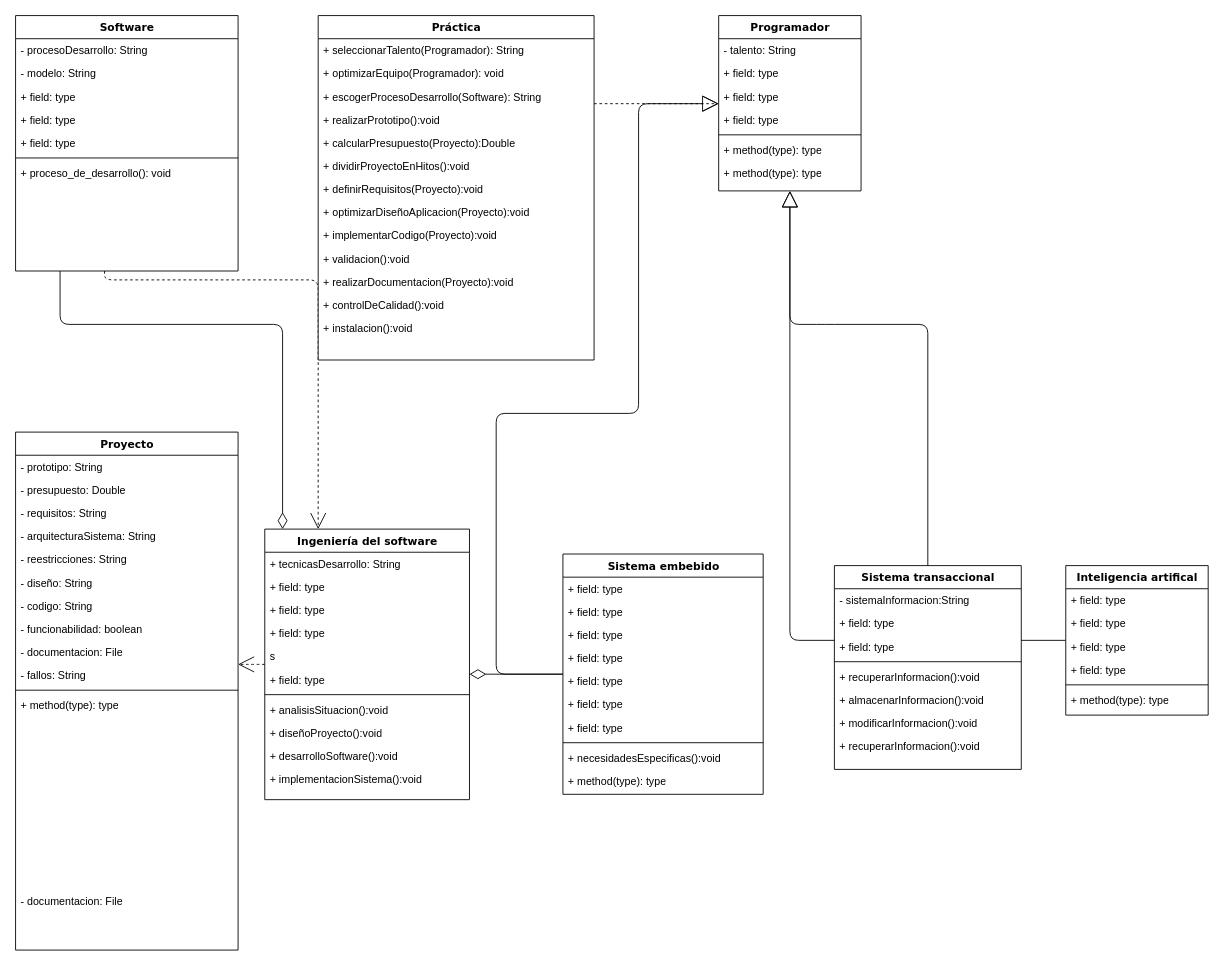
Before: Untitled Diagram.drawio in NeutronBlast/IS-Ex, a draw.io diagram. Source tidied: cells renumbered, new cells numbered last; positions are measured from the earlier drawing's top-left corner, leaving out a move shared by most shapes. Both pictures are drawn from the tidied source at 89%, with x=0, y=0 at pixel (15, 15).
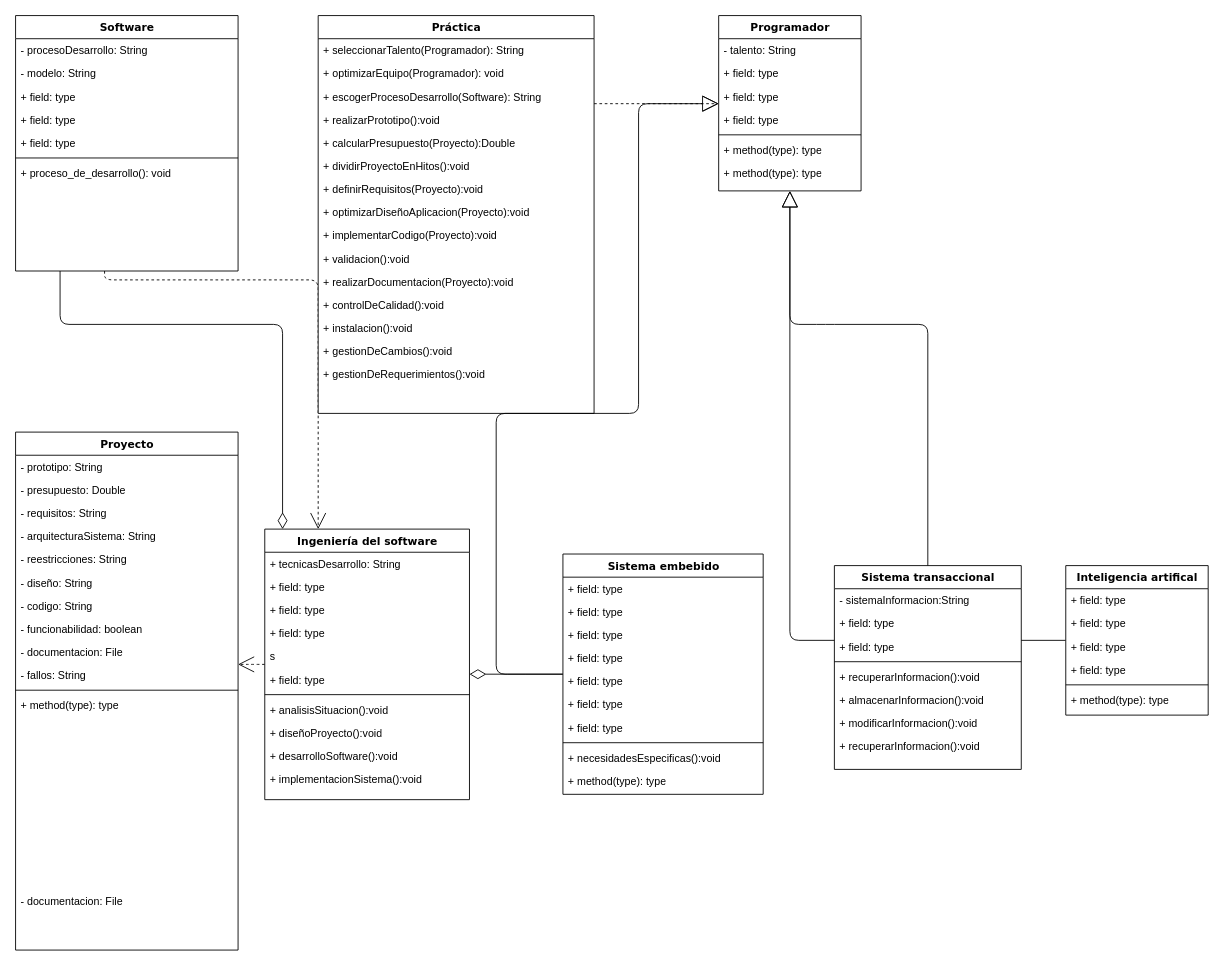
After the change.

Change to the diagram source:
```diff
@@
     <mxCell id="13" value="Práctica&lt;br&gt;" style="swimlane;html=1;fontStyle=1;align=center;verticalAlign=top;horizontal=1;startSize=26;swimlaneFillColor=#ffffff;rounded=0;shadow=0;comic=0;labelBackgroundColor=none;strokeColor=#000000;strokeWidth=1;fillColor=none;fontFamily=Verdana;fontSize=12;fontColor=#000000;" parent="1" vertex="1">
-      <mxGeometry x="340" width="310" height="387" as="geometry" />
+      <mxGeometry x="340" width="310" height="447" as="geometry" />
     </mxCell>
@@
+    <mxCell id="93" value="+ gestionDeCambios():void&lt;br&gt;" style="text;html=1;strokeColor=none;fillColor=none;align=left;verticalAlign=top;spacingLeft=4;spacingRight=4;whiteSpace=wrap;overflow=hidden;" parent="13" vertex="1">
+      <mxGeometry y="364" width="310" height="26" as="geometry" />
+    </mxCell>
+    <mxCell id="94" value="+ gestionDeRequerimientos():void&lt;br&gt;" style="text;html=1;strokeColor=none;fillColor=none;align=left;verticalAlign=top;spacingLeft=4;spacingRight=4;whiteSpace=wrap;overflow=hidden;" parent="13" vertex="1">
+      <mxGeometry y="390" width="310" height="26" as="geometry" />
+    </mxCell>
```
